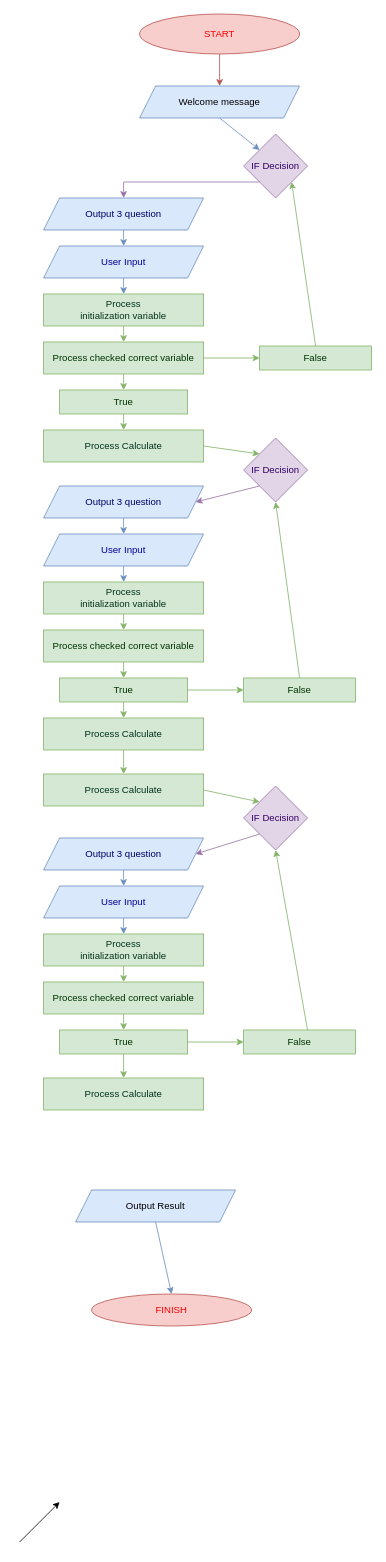
natafesenko/AssignmentFOOP_PDP keeps this draw.io diagram as mortgage.drawio. Above is the earlier version. Source tidied: cells renumbered, new cells numbered last; positions are measured from the earlier drawing's top-left corner, leaving out a move shared by most shapes. Both pictures are drawn from the tidied source at 80%, with x=0, y=0 at pixel (19, 14).
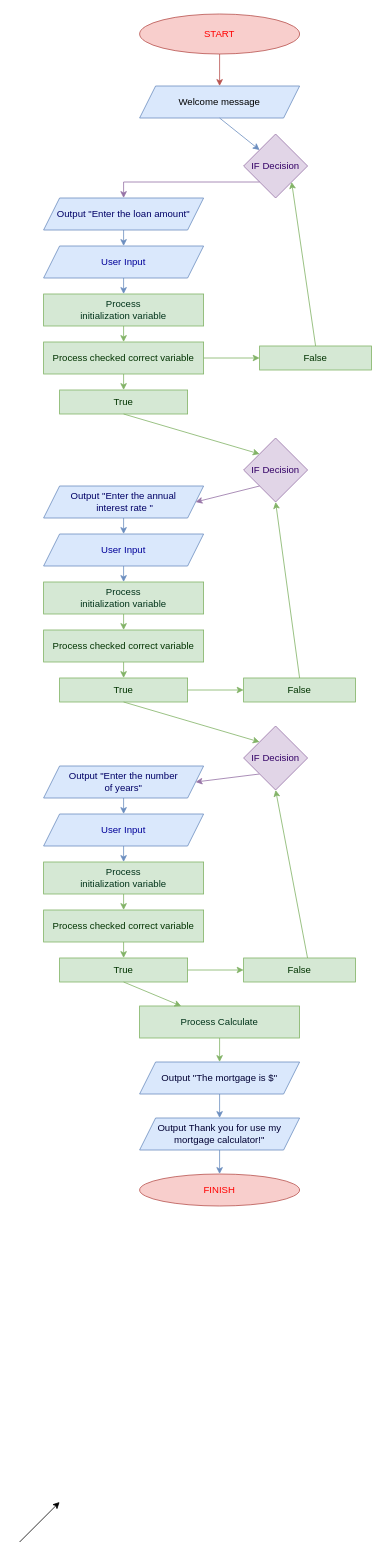
The same diagram, later.

Unchanged cells that the change refers to:
```xml
<mxCell id="18" value="True" style="rounded=0;whiteSpace=wrap;html=1;labelBorderColor=none;fillColor=#d5e8d4;strokeColor=#82b366;fontColor=#003300;" parent="1" vertex="1">
  <mxGeometry x="50" y="470" width="160" height="30" as="geometry" />
</mxCell>
<mxCell id="28" value="IF Decision" style="rhombus;whiteSpace=wrap;html=1;labelBorderColor=none;fillColor=#e1d5e7;strokeColor=#9673a6;fontColor=#330066;" parent="1" vertex="1">
  <mxGeometry x="280" y="530" width="80" height="80" as="geometry" />
</mxCell>
<mxCell id="38" value="True" style="rounded=0;whiteSpace=wrap;html=1;labelBorderColor=none;fillColor=#d5e8d4;strokeColor=#82b366;fontColor=#003300;" parent="1" vertex="1">
  <mxGeometry x="50" y="830" width="160" height="30" as="geometry" />
</mxCell>
```

Change to the diagram source:
```diff
@@
-    <mxCell id="10" value="Process Calculate" style="rounded=0;whiteSpace=wrap;html=1;fillColor=#d5e8d4;strokeColor=#82b366;fontColor=#00331A;" parent="1" vertex="1">
-      <mxGeometry x="30" y="880" width="200" height="40" as="geometry" />
-    </mxCell>
-    <mxCell id="11" value="Output Result" style="shape=parallelogram;perimeter=parallelogramPerimeter;whiteSpace=wrap;html=1;fixedSize=1;fillColor=#dae8fc;strokeColor=#6c8ebf;" parent="1" vertex="1">
-      <mxGeometry x="70" y="1470" width="200" height="40" as="geometry" />
+    <mxCell id="11" value="Output &lt;span class=&quot;pl-s&quot;&gt;Thank you for use my mortgage calculator!&quot;&lt;/span&gt;" style="shape=parallelogram;perimeter=parallelogramPerimeter;whiteSpace=wrap;html=1;fixedSize=1;fillColor=#dae8fc;strokeColor=#6c8ebf;fontColor=#000033;" parent="1" vertex="1">
+      <mxGeometry x="150" y="1380" width="200" height="40" as="geometry" />
     </mxCell>
     <mxCell id="12" value="FINISH" style="ellipse;whiteSpace=wrap;html=1;fillColor=#f8cecc;strokeColor=#b85450;fontColor=#FF0000;" parent="1" vertex="1">
-      <mxGeometry x="90" y="1600" width="200" height="40" as="geometry" />
+      <mxGeometry x="150" y="1450" width="200" height="40" as="geometry" />
     </mxCell>
-    <mxCell id="13" style="endArrow=classic;html=1;rounded=0;exitX=0.5;exitY=1;exitDx=0;exitDy=0;entryX=0.5;entryY=0;entryDx=0;entryDy=0;fillColor=#d5e8d4;strokeColor=#82b366;" parent="1" edge="1" source="10" target="61">
-      <mxGeometry relative="1" as="geometry" />
-    </mxCell>
@@
-    <mxCell id="24" value="Output 3 question" style="shape=parallelogram;perimeter=parallelogramPerimeter;whiteSpace=wrap;html=1;fixedSize=1;labelBorderColor=none;fillColor=#dae8fc;strokeColor=#6c8ebf;fontColor=#000066;" parent="1" vertex="1">
+    <mxCell id="24" value="Output &lt;span class=&quot;pl-s&quot;&gt;&quot;Enter the loan amount&quot;&lt;br&gt;&lt;/span&gt;" style="shape=parallelogram;perimeter=parallelogramPerimeter;whiteSpace=wrap;html=1;fixedSize=1;labelBorderColor=none;fillColor=#dae8fc;strokeColor=#6c8ebf;fontColor=#000066;" parent="1" vertex="1">
       <mxGeometry x="30" y="230" width="200" height="40" as="geometry" />
     </mxCell>
@@
-    <mxCell id="39" style="endArrow=classic;html=1;rounded=0;exitX=0.5;exitY=1;exitDx=0;exitDy=0;entryX=0.5;entryY=0;entryDx=0;entryDy=0;fillColor=#d5e8d4;strokeColor=#82b366;" parent="1" edge="1" source="18" target="62">
+    <mxCell id="39" style="endArrow=classic;html=1;rounded=0;exitX=0.5;exitY=1;exitDx=0;exitDy=0;entryX=0;entryY=0;entryDx=0;entryDy=0;fillColor=#d5e8d4;strokeColor=#82b366;" parent="1" edge="1" source="18" target="28">
       <mxGeometry relative="1" as="geometry" />
     </mxCell>
-    <mxCell id="40" value="Output 3 question" style="shape=parallelogram;perimeter=parallelogramPerimeter;whiteSpace=wrap;html=1;fixedSize=1;labelBorderColor=none;fillColor=#dae8fc;strokeColor=#6c8ebf;fontColor=#000066;" parent="1" vertex="1">
+    <mxCell id="40" value="&lt;div&gt;Output &lt;span class=&quot;pl-s&quot;&gt;&quot;Enter the annual&lt;/span&gt;&lt;/div&gt;&lt;div&gt;&lt;span class=&quot;pl-s&quot;&gt;&amp;nbsp;interest rate &quot;&lt;/span&gt;&lt;/div&gt;" style="shape=parallelogram;perimeter=parallelogramPerimeter;whiteSpace=wrap;html=1;fixedSize=1;labelBorderColor=none;fillColor=#dae8fc;strokeColor=#6c8ebf;fontColor=#000066;" parent="1" vertex="1">
       <mxGeometry x="30" y="590" width="200" height="40" as="geometry" />
     </mxCell>
@@
-    <mxCell id="43" style="endArrow=classic;html=1;rounded=0;exitX=0.5;exitY=1;exitDx=0;exitDy=0;fillColor=#d5e8d4;strokeColor=#82b366;" parent="1" edge="1" source="38" target="10">
+    <mxCell id="43" style="endArrow=classic;html=1;rounded=0;exitX=0.5;exitY=1;exitDx=0;exitDy=0;fillColor=#d5e8d4;strokeColor=#82b366;entryX=0;entryY=0;entryDx=0;entryDy=0;" parent="1" edge="1" source="38" target="60">
       <mxGeometry relative="1" as="geometry" />
     </mxCell>
     <mxCell id="44" value="Process Calculate" style="rounded=0;whiteSpace=wrap;html=1;fillColor=#d5e8d4;strokeColor=#82b366;fontColor=#00331A;" parent="1" vertex="1">
-      <mxGeometry x="30" y="1330" width="200" height="40" as="geometry" />
+      <mxGeometry x="150" y="1240" width="200" height="40" as="geometry" />
     </mxCell>
@@
     <mxCell id="47" value="False" style="rounded=0;whiteSpace=wrap;html=1;labelBorderColor=none;fillColor=#d5e8d4;strokeColor=#82b366;fontColor=#003300;" parent="1" vertex="1">
-      <mxGeometry x="280" y="1270" width="140" height="30" as="geometry" />
+      <mxGeometry x="280" y="1180" width="140" height="30" as="geometry" />
     </mxCell>
@@
     <mxCell id="51" style="edgeStyle=orthogonalEdgeStyle;rounded=0;orthogonalLoop=1;jettySize=auto;html=1;exitX=0.5;exitY=1;exitDx=0;exitDy=0;fontColor=#003300;" parent="1" edge="1">
       <mxGeometry relative="1" as="geometry">
-        <mxPoint x="150" y="1370" as="sourcePoint" />
-        <mxPoint x="150" y="1370" as="targetPoint" />
+        <mxPoint x="150" y="1280" as="sourcePoint" />
+        <mxPoint x="150" y="1280" as="targetPoint" />
       </mxGeometry>
     </mxCell>
@@
     <mxCell id="53" value="User Input" style="shape=parallelogram;perimeter=parallelogramPerimeter;whiteSpace=wrap;html=1;fixedSize=1;labelBorderColor=none;fillColor=#dae8fc;strokeColor=#6c8ebf;fontColor=#000099;" parent="1" vertex="1">
-      <mxGeometry x="30" y="1090" width="200" height="40" as="geometry" />
+      <mxGeometry x="30" y="1000" width="200" height="40" as="geometry" />
     </mxCell>
     <mxCell id="54" value="Process &lt;br&gt;initialization variable" style="rounded=0;whiteSpace=wrap;html=1;fillColor=#d5e8d4;strokeColor=#82b366;fontColor=#00331A;" parent="1" vertex="1">
-      <mxGeometry x="30" y="1150" width="200" height="40" as="geometry" />
+      <mxGeometry x="30" y="1060" width="200" height="40" as="geometry" />
     </mxCell>
     <mxCell id="55" value="Process checked correct variable" style="rounded=0;whiteSpace=wrap;html=1;fillColor=#d5e8d4;strokeColor=#82b366;fontColor=#003300;" parent="1" vertex="1">
-      <mxGeometry x="30" y="1210" width="200" height="40" as="geometry" />
+      <mxGeometry x="30" y="1120" width="200" height="40" as="geometry" />
     </mxCell>
     <mxCell id="56" value="True" style="rounded=0;whiteSpace=wrap;html=1;labelBorderColor=none;fillColor=#d5e8d4;strokeColor=#82b366;fontColor=#003300;" parent="1" vertex="1">
-      <mxGeometry x="50" y="1270" width="160" height="30" as="geometry" />
+      <mxGeometry x="50" y="1180" width="160" height="30" as="geometry" />
     </mxCell>
-    <mxCell id="57" value="Output 3 question" style="shape=parallelogram;perimeter=parallelogramPerimeter;whiteSpace=wrap;html=1;fixedSize=1;labelBorderColor=none;fillColor=#dae8fc;strokeColor=#6c8ebf;fontColor=#000066;" parent="1" vertex="1">
-      <mxGeometry x="30" y="1030" width="200" height="40" as="geometry" />
+    <mxCell id="57" value="&lt;div&gt;Output &lt;span class=&quot;pl-s&quot;&gt;&quot;Enter the number &lt;br&gt;&lt;/span&gt;&lt;/div&gt;&lt;div&gt;&lt;span class=&quot;pl-s&quot;&gt;of years&quot;&lt;/span&gt;&lt;/div&gt;" style="shape=parallelogram;perimeter=parallelogramPerimeter;whiteSpace=wrap;html=1;fixedSize=1;labelBorderColor=none;fillColor=#dae8fc;strokeColor=#6c8ebf;fontColor=#000066;" parent="1" vertex="1">
+      <mxGeometry x="30" y="940" width="200" height="40" as="geometry" />
     </mxCell>
@@
     <mxCell id="60" value="IF Decision" style="rhombus;whiteSpace=wrap;html=1;labelBorderColor=none;fillColor=#e1d5e7;strokeColor=#9673a6;fontColor=#330066;" parent="1" vertex="1">
-      <mxGeometry x="280" y="965" width="80" height="80" as="geometry" />
+      <mxGeometry x="280" y="890" width="80" height="80" as="geometry" />
     </mxCell>
-    <mxCell id="61" value="Process Calculate" style="rounded=0;whiteSpace=wrap;html=1;fillColor=#d5e8d4;strokeColor=#82b366;fontColor=#00331A;" parent="1" vertex="1">
-      <mxGeometry x="30" y="950" width="200" height="40" as="geometry" />
-    </mxCell>
-    <mxCell id="62" value="Process Calculate" style="rounded=0;whiteSpace=wrap;html=1;fillColor=#d5e8d4;strokeColor=#82b366;fontColor=#00331A;" parent="1" vertex="1">
-      <mxGeometry x="30" y="520" width="200" height="40" as="geometry" />
-    </mxCell>
-    <mxCell id="63" style="endArrow=classic;html=1;rounded=0;exitX=1;exitY=0.5;exitDx=0;exitDy=0;entryX=0;entryY=0;entryDx=0;entryDy=0;fillColor=#d5e8d4;strokeColor=#82b366;" parent="1" edge="1" source="62" target="28">
-      <mxGeometry relative="1" as="geometry" />
-    </mxCell>
-    <mxCell id="64" style="endArrow=classic;html=1;rounded=0;exitX=1;exitY=0.5;exitDx=0;exitDy=0;entryX=0;entryY=0;entryDx=0;entryDy=0;fillColor=#d5e8d4;strokeColor=#82b366;" parent="1" edge="1" source="61" target="60">
-      <mxGeometry relative="1" as="geometry" />
-    </mxCell>
+    <mxCell id="65" value="Output &lt;span class=&quot;pl-s&quot;&gt;&quot;The mortgage is $&quot;&lt;/span&gt;" style="shape=parallelogram;perimeter=parallelogramPerimeter;whiteSpace=wrap;html=1;fixedSize=1;fillColor=#dae8fc;strokeColor=#6c8ebf;fontColor=#000033;" parent="1" vertex="1">
+      <mxGeometry x="150" y="1310" width="200" height="40" as="geometry" />
+    </mxCell>
+    <mxCell id="66" style="endArrow=classic;html=1;rounded=0;exitX=0.5;exitY=1;exitDx=0;exitDy=0;fillColor=#d5e8d4;strokeColor=#82b366;" parent="1" edge="1" source="44" target="65">
+      <mxGeometry relative="1" as="geometry" />
+    </mxCell>
+    <mxCell id="67" style="endArrow=classic;html=1;rounded=0;exitX=0.5;exitY=1;exitDx=0;exitDy=0;fillColor=#dae8fc;strokeColor=#6c8ebf;" parent="1" edge="1" source="65">
+      <mxGeometry relative="1" as="geometry">
+        <mxPoint x="250" y="1380" as="targetPoint" />
+      </mxGeometry>
+    </mxCell>
```
